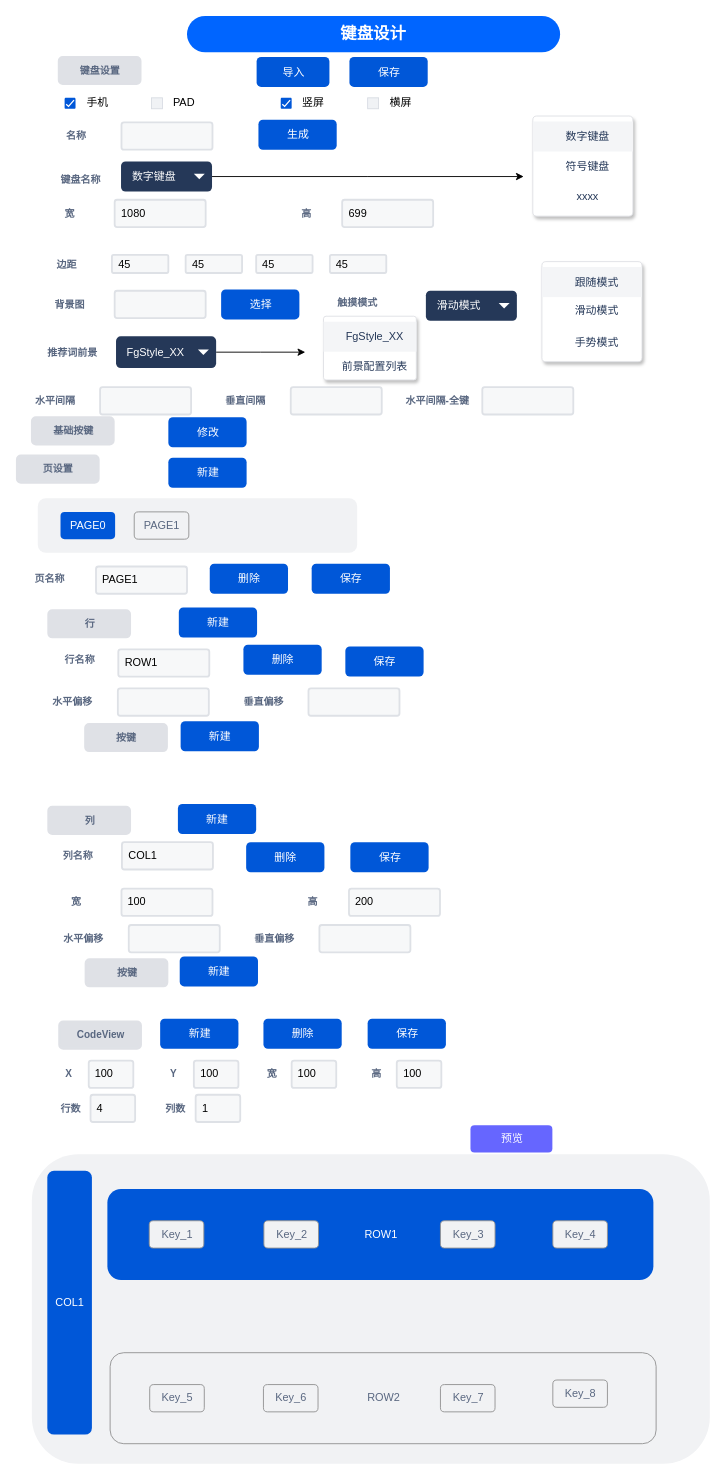
Above: layout-editor/键盘设置.drawio in chonglv/charts (draw.io), before the change. Source tidied: cells renumbered, new cells numbered last; positions are measured from the earlier drawing's top-left corner, leaving out a move shared by most shapes. Both pictures are drawn from the tidied source at 91%, with x=0, y=0 at pixel (16, 15).
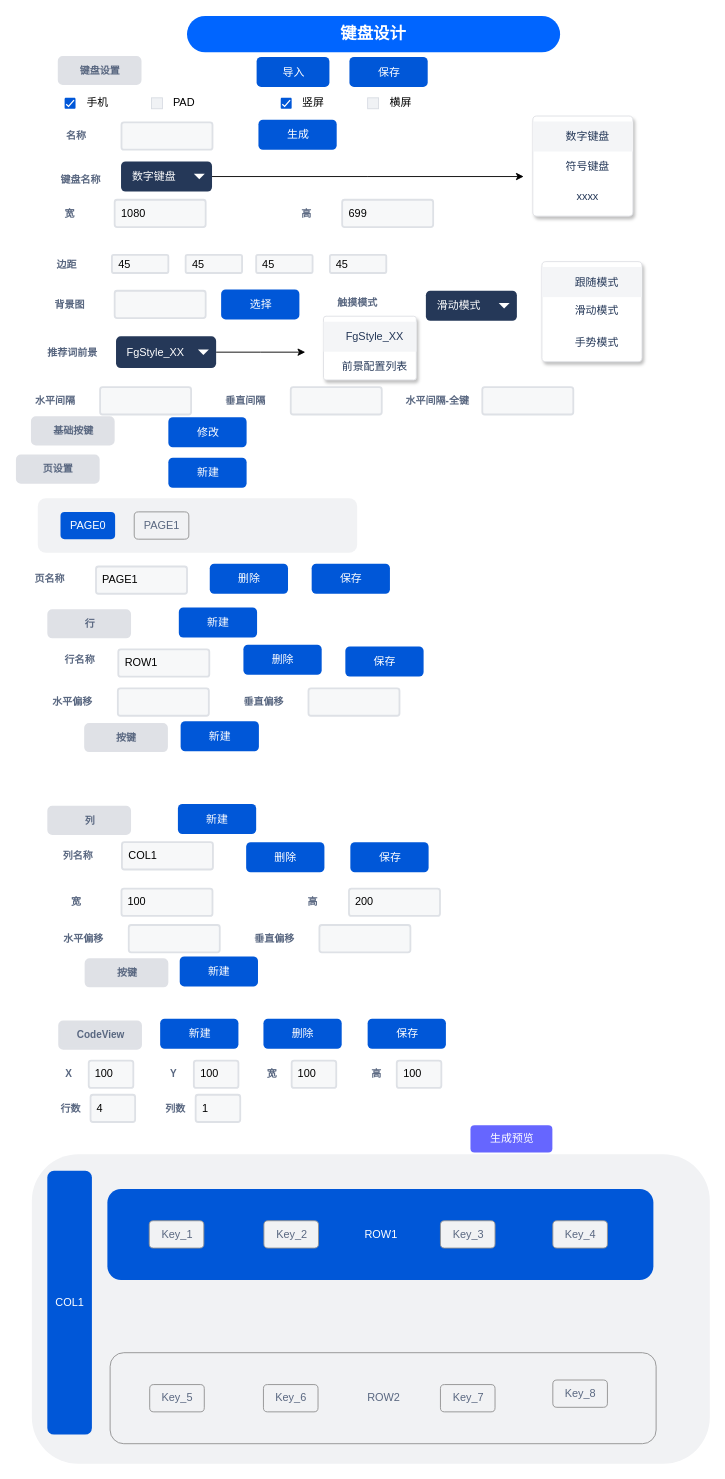
After the change.

Commit message (it also covers changes not shown here):
更新键盘设置.drawio

The edit, as a diff of the source:
```diff
@@
-    <mxCell id="59" value="预览" style="rounded=1;fillColor=#6666FF;align=center;strokeColor=none;html=1;fontColor=#ffffff;fontSize=12;" parent="1" vertex="1">
+    <mxCell id="59" value="生成预览" style="rounded=1;fillColor=#6666FF;align=center;strokeColor=none;html=1;fontColor=#ffffff;fontSize=12;" parent="1" vertex="1">
       <mxGeometry x="498.5" y="1219" width="90" height="30" as="geometry" />
     </mxCell>
```
